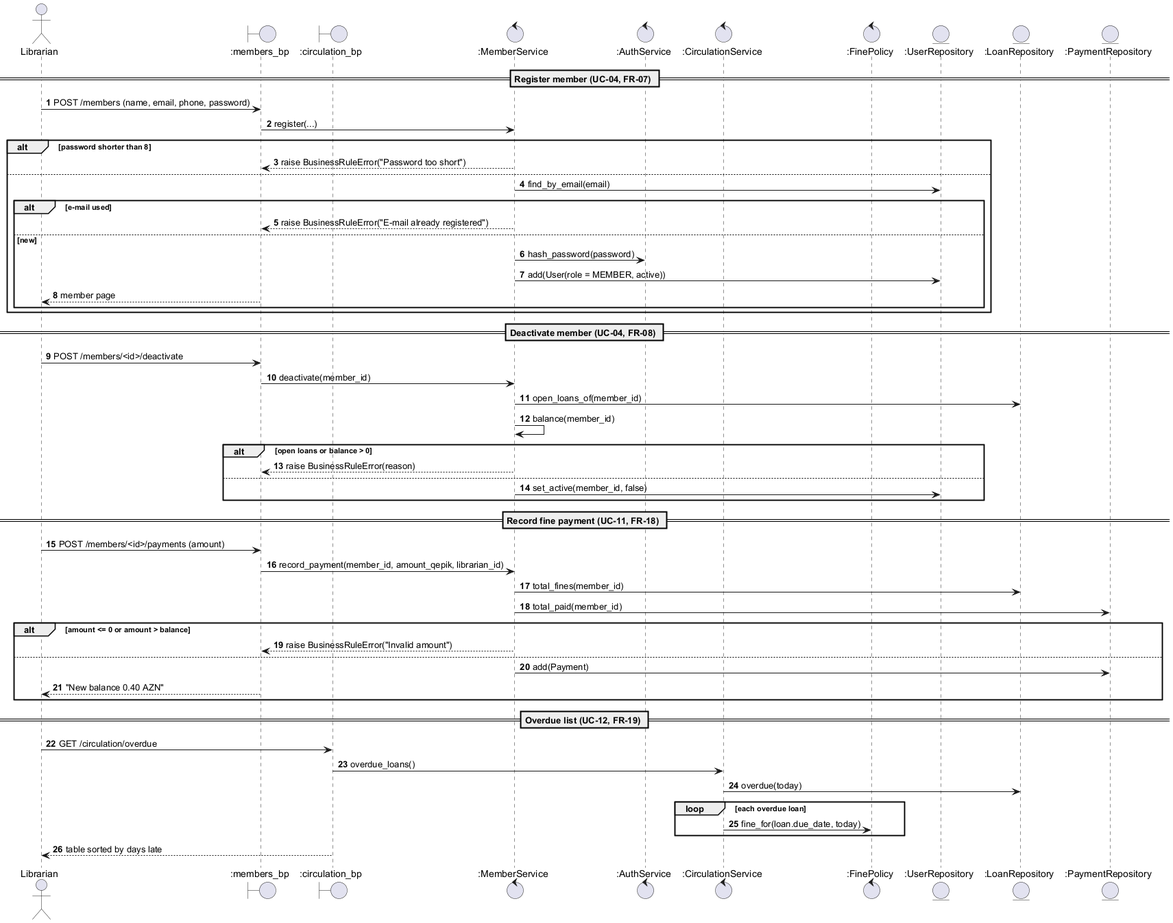
Earlier version of the PlantUML export docs/models/img/seq-members.png (imnvrml/library-management-system). Source of this version:
```plantuml
@startuml seq-members
skinparam shadowing false
autonumber
actor Librarian
boundary ":members_bp" as bp
boundary ":circulation_bp" as cbp
control ":MemberService" as mem
control ":AuthService" as as
control ":CirculationService" as circ
control ":FinePolicy" as fine
entity ":UserRepository" as users
entity ":LoanRepository" as loans
entity ":PaymentRepository" as pays

== Register member (UC-04, FR-07) ==
Librarian -> bp : POST /members (name, email, phone, password)
bp -> mem : register(...)
alt password shorter than 8
  mem --> bp : raise BusinessRuleError("Password too short")
else
  mem -> users : find_by_email(email)
  alt e-mail used
    mem --> bp : raise BusinessRuleError("E-mail already registered")
  else new
    mem -> as : hash_password(password)
    mem -> users : add(User(role = MEMBER, active))
    bp --> Librarian : member page
  end
end

== Deactivate member (UC-04, FR-08) ==
Librarian -> bp : POST /members/<id>/deactivate
bp -> mem : deactivate(member_id)
mem -> loans : open_loans_of(member_id)
mem -> mem : balance(member_id)
alt open loans or balance > 0
  mem --> bp : raise BusinessRuleError(reason)
else
  mem -> users : set_active(member_id, false)
end

== Record fine payment (UC-11, FR-18) ==
Librarian -> bp : POST /members/<id>/payments (amount)
bp -> mem : record_payment(member_id, amount_qepik, librarian_id)
mem -> loans : total_fines(member_id)
mem -> pays : total_paid(member_id)
alt amount <= 0 or amount > balance
  mem --> bp : raise BusinessRuleError("Invalid amount")
else
  mem -> pays : add(Payment)
  bp --> Librarian : "New balance 0.40 AZN"
end

== Overdue list (UC-12, FR-19) ==
Librarian -> cbp : GET /circulation/overdue
cbp -> circ : overdue_loans()
circ -> loans : overdue(today)
loop each overdue loan
  circ -> fine : fine_for(loan.due_date, today)
end
cbp --> Librarian : table sorted by days late
@enduml
```
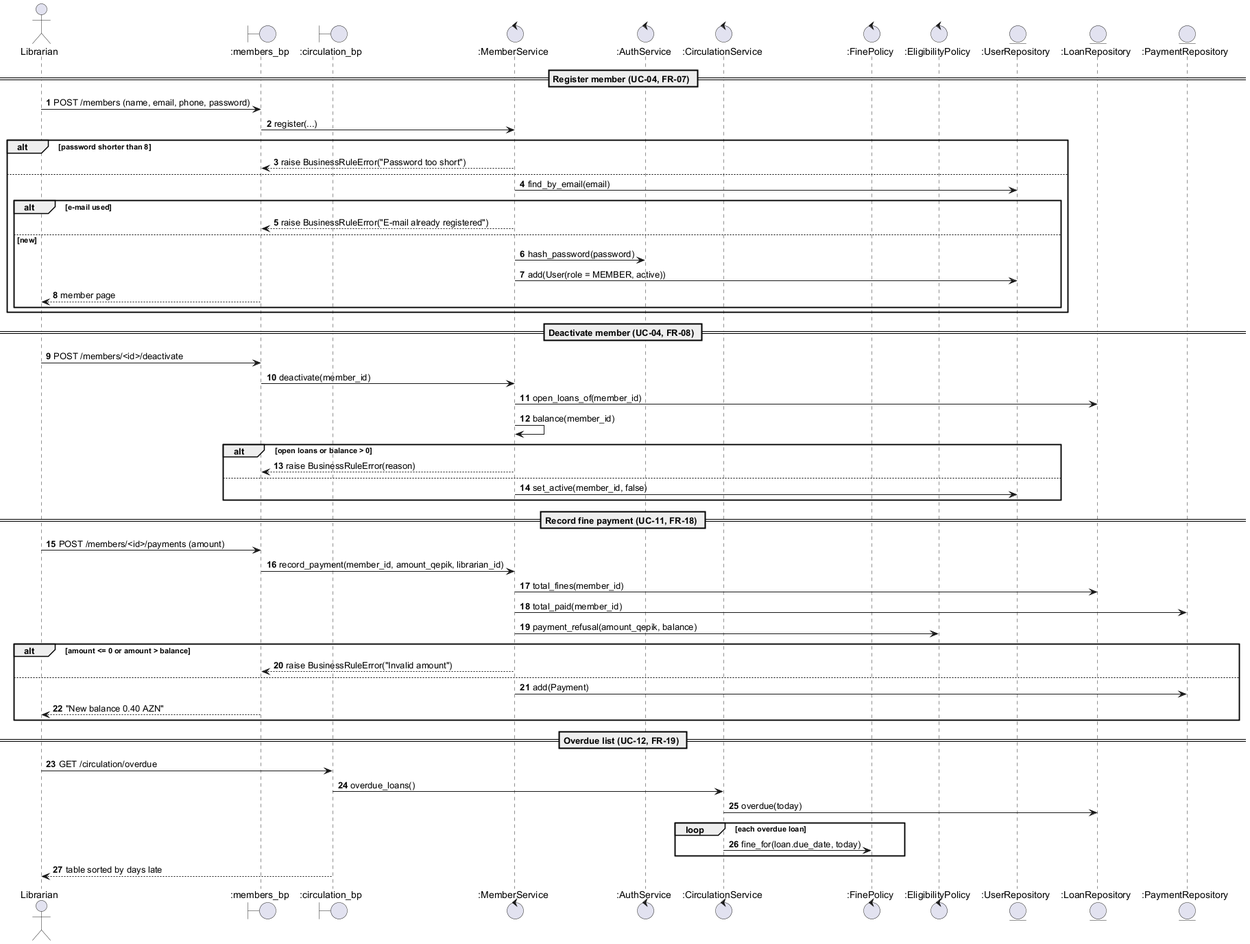
The same diagram one commit later.

Commit message:
docs(models): v1.1 - extract pure EligibilityPolicy so decision rules are unit-testable

What changed in the source:
```diff
@@ -8,6 +8,7 @@
 control ":AuthService" as as
 control ":CirculationService" as circ
 control ":FinePolicy" as fine
+control ":EligibilityPolicy" as pol
 entity ":UserRepository" as users
 entity ":LoanRepository" as loans
 entity ":PaymentRepository" as pays
@@ -44,6 +45,7 @@
 bp -> mem : record_payment(member_id, amount_qepik, librarian_id)
 mem -> loans : total_fines(member_id)
 mem -> pays : total_paid(member_id)
+mem -> pol : payment_refusal(amount_qepik, balance)
 alt amount <= 0 or amount > balance
   mem --> bp : raise BusinessRuleError("Invalid amount")
 else
```
